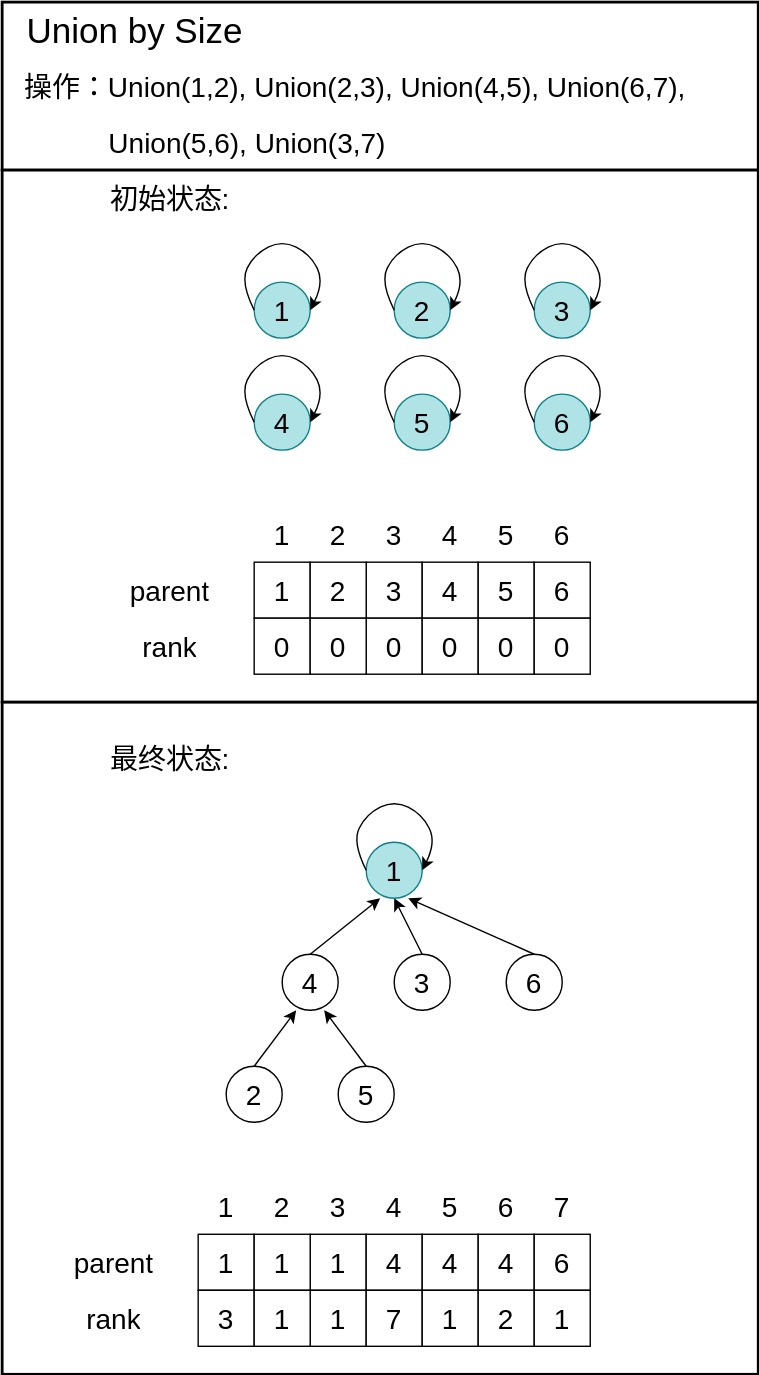
TBD2021/Salt-and-Computer-Science keeps this draw.io diagram as Algorithms/img/DisjointSet2.svg. Above is the earlier version. Source tidied: cells renumbered, new cells last; positions are measured from the earlier drawing's top-left corner, leaving out a move shared by most shapes.
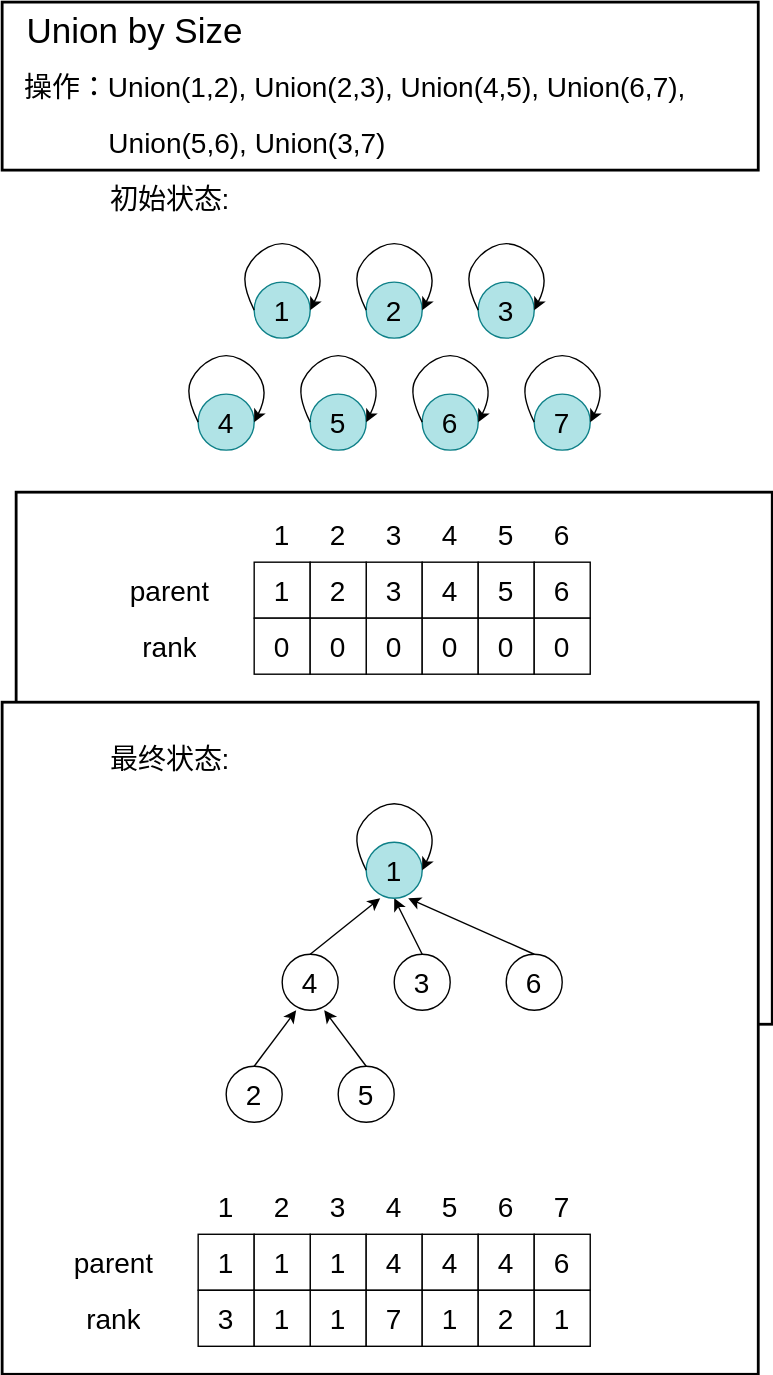
After the change.

Change to the diagram source:
```diff
@@ -6,7 +6,7 @@
       <mxGeometry width="540" height="120" as="geometry" />
     </mxCell>
     <mxCell id="3" style="rounded=0;whiteSpace=wrap;html=1;strokeWidth=2;" parent="1" vertex="1">
-      <mxGeometry y="120" width="540" height="380" as="geometry" />
+      <mxGeometry x="10" y="350" width="540" height="380" as="geometry" />
     </mxCell>
     <mxCell id="4" style="rounded=0;whiteSpace=wrap;html=1;strokeWidth=2;" parent="1" vertex="1">
       <mxGeometry y="500" width="540" height="480" as="geometry" />
@@ -380,7 +380,7 @@
       </mxCell>
     </object>
     <mxCell id="93" style="group;" parent="1" vertex="1">
-      <mxGeometry x="170" y="250" width="60" height="70" as="geometry" />
+      <mxGeometry x="130" y="250" width="60" height="70" as="geometry" />
     </mxCell>
     <mxCell id="94" style="ellipse;whiteSpace=wrap;html=1;fillColor=#b0e3e6;strokeColor=#0e8088;" parent="93" vertex="1">
       <mxGeometry x="10" y="30" width="40" height="40" as="geometry" />
@@ -402,7 +402,7 @@
       </mxGeometry>
     </mxCell>
     <mxCell id="97" style="group;" parent="1" vertex="1">
-      <mxGeometry x="370" y="170" width="60" height="70" as="geometry" />
+      <mxGeometry x="330" y="170" width="60" height="70" as="geometry" />
     </mxCell>
     <mxCell id="98" style="ellipse;whiteSpace=wrap;html=1;fillColor=#b0e3e6;strokeColor=#0e8088;" parent="97" vertex="1">
       <mxGeometry x="10" y="30" width="40" height="40" as="geometry" />
@@ -424,7 +424,7 @@
       </mxGeometry>
     </mxCell>
     <mxCell id="101" style="group;" parent="1" vertex="1">
-      <mxGeometry x="270" y="170" width="60" height="70" as="geometry" />
+      <mxGeometry x="250" y="170" width="60" height="70" as="geometry" />
     </mxCell>
     <mxCell id="102" style="ellipse;whiteSpace=wrap;html=1;fillColor=#b0e3e6;strokeColor=#0e8088;" parent="101" vertex="1">
       <mxGeometry x="10" y="30" width="40" height="40" as="geometry" />
@@ -468,7 +468,7 @@
       </mxGeometry>
     </mxCell>
     <mxCell id="109" style="group;" parent="1" vertex="1">
-      <mxGeometry x="370" y="250" width="60" height="70" as="geometry" />
+      <mxGeometry x="290" y="250" width="60" height="70" as="geometry" />
     </mxCell>
     <mxCell id="110" style="ellipse;whiteSpace=wrap;html=1;fillColor=#b0e3e6;strokeColor=#0e8088;" parent="109" vertex="1">
       <mxGeometry x="10" y="30" width="40" height="40" as="geometry" />
@@ -490,7 +490,7 @@
       </mxGeometry>
     </mxCell>
     <mxCell id="113" style="group;" parent="1" vertex="1">
-      <mxGeometry x="270" y="250" width="60" height="70" as="geometry" />
+      <mxGeometry x="210" y="250" width="60" height="70" as="geometry" />
     </mxCell>
     <mxCell id="114" style="ellipse;whiteSpace=wrap;html=1;fillColor=#b0e3e6;strokeColor=#0e8088;" parent="113" vertex="1">
       <mxGeometry x="10" y="30" width="40" height="40" as="geometry" />
@@ -538,5 +538,27 @@
         <mxGeometry width="190" height="40" as="geometry" />
       </mxCell>
     </object>
+    <mxCell id="122" style="group;" parent="1" vertex="1">
+      <mxGeometry x="370" y="250" width="60" height="70" as="geometry" />
+    </mxCell>
+    <mxCell id="123" style="ellipse;whiteSpace=wrap;html=1;fillColor=#b0e3e6;strokeColor=#0e8088;" parent="122" vertex="1">
+      <mxGeometry x="10" y="30" width="40" height="40" as="geometry" />
+    </mxCell>
+    <object id="124" label="&lt;font style=&quot;font-size: 20px;&quot;&gt;7&lt;/font&gt;" name="Variable" placeholders="1">
+      <mxCell style="text;html=1;strokeColor=none;fillColor=none;align=center;verticalAlign=middle;whiteSpace=wrap;overflow=hidden;" parent="122" vertex="1">
+        <mxGeometry x="10" y="30" width="40" height="40" as="geometry" />
+      </mxCell>
+    </object>
+    <mxCell id="125" style="curved=1;endArrow=classic;html=1;rounded=0;exitX=0;exitY=0.5;exitDx=0;exitDy=0;entryX=1;entryY=0.5;entryDx=0;entryDy=0;" parent="122" edge="1" source="124" target="124">
+      <mxGeometry relative="1" as="geometry">
+        <Array as="points">
+          <mxPoint y="30" />
+          <mxPoint x="10" y="10" />
+          <mxPoint x="30" />
+          <mxPoint x="50" y="10" />
+          <mxPoint x="60" y="30" />
+        </Array>
+      </mxGeometry>
+    </mxCell>
   </root>
 </mxGraphModel>
```
